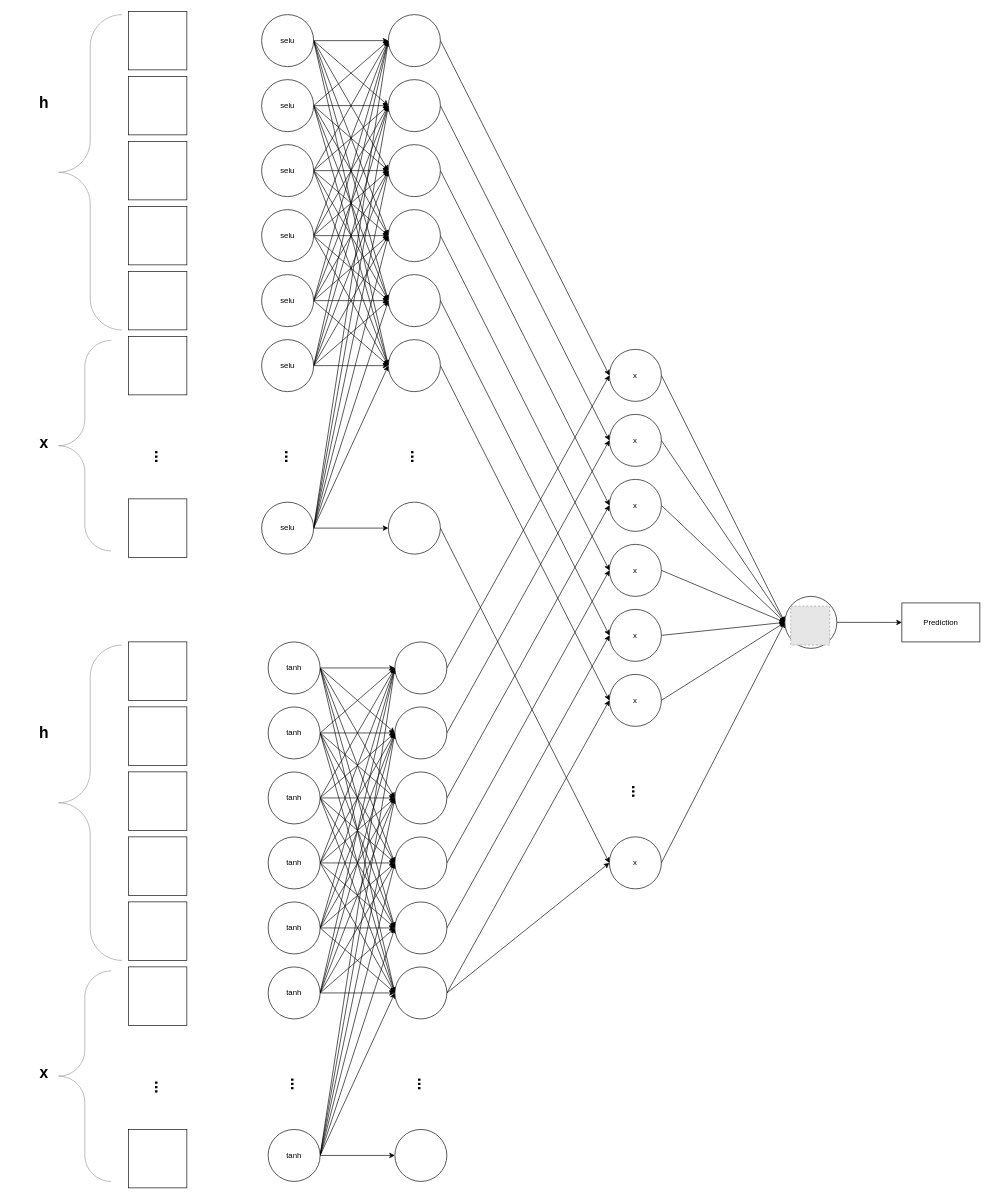
Before: images/GNN_readout.drawio in monobrew/net2vec, a draw.io diagram. Source tidied: cells renumbered, new cells numbered last; positions are measured from the earlier drawing's top-left corner, leaving out a move shared by most shapes. Both pictures are drawn from the tidied source at 65%, with x=0, y=0 at pixel (-68, 11). Pictures stored in the file or linked from it are replaced by grey dashed boxes.
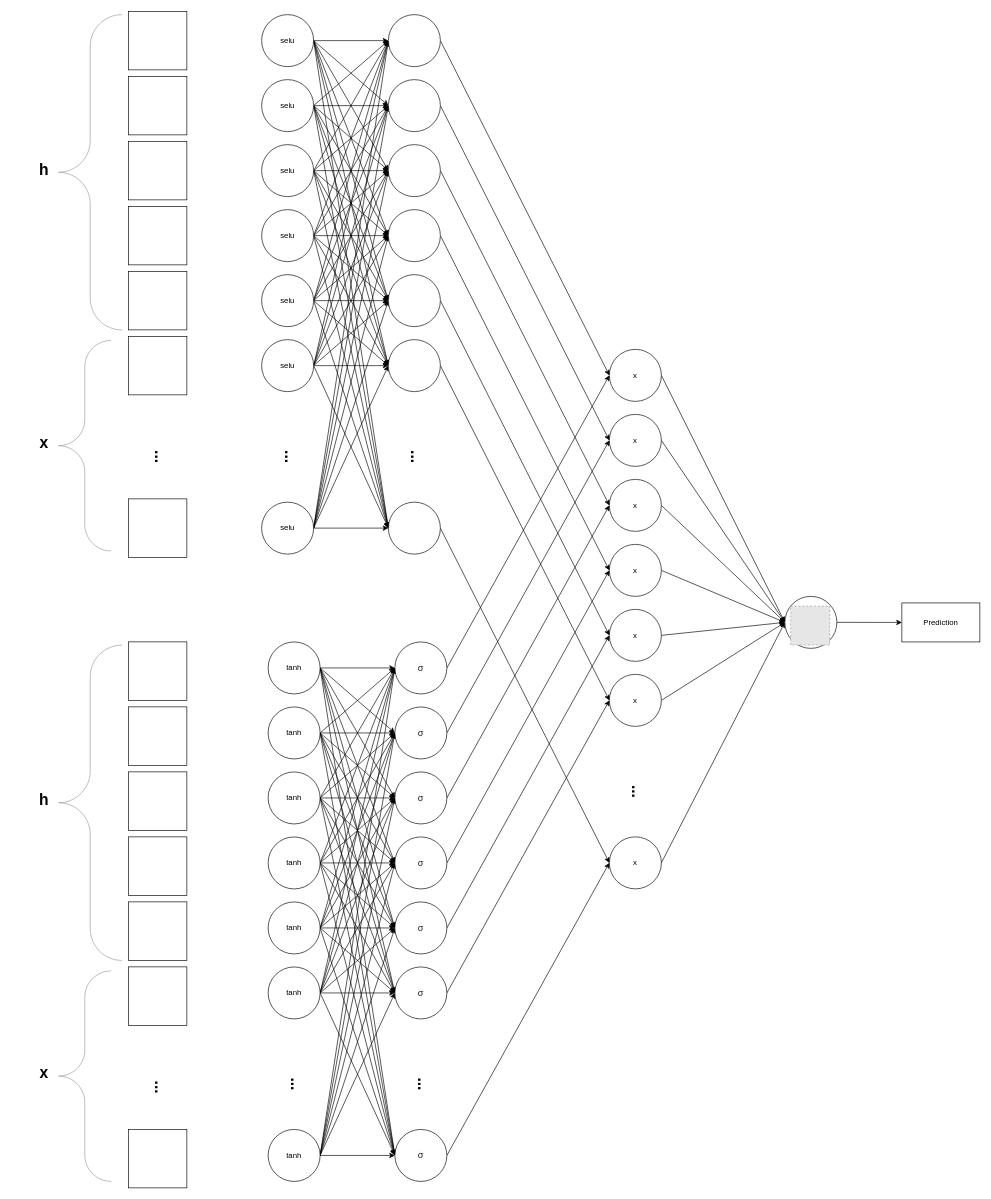
After the change.

Commit message (it also covers changes not shown here):
fixed the readout figure

The change refers to these unchanged cells:
```xml
<mxCell id="8" value="selu" style="ellipse;whiteSpace=wrap;html=1;" parent="1" vertex="1">
  <mxGeometry x="506" y="305" width="80" height="80" as="geometry" />
</mxCell>
<mxCell id="15" value="selu" style="ellipse;whiteSpace=wrap;html=1;" parent="1" vertex="1">
  <mxGeometry x="506" y="205" width="80" height="80" as="geometry" />
</mxCell>
<mxCell id="22" value="selu" style="ellipse;whiteSpace=wrap;html=1;" parent="1" vertex="1">
  <mxGeometry x="506" y="105" width="80" height="80" as="geometry" />
</mxCell>
<mxCell id="29" value="selu" style="ellipse;whiteSpace=wrap;html=1;" parent="1" vertex="1">
  <mxGeometry x="506" y="5" width="80" height="80" as="geometry" />
</mxCell>
<mxCell id="52" value="selu" style="ellipse;whiteSpace=wrap;html=1;" parent="1" vertex="1">
  <mxGeometry x="506" y="405" width="80" height="80" as="geometry" />
</mxCell>
<mxCell id="60" value="selu" style="ellipse;whiteSpace=wrap;html=1;" parent="1" vertex="1">
  <mxGeometry x="506" y="505" width="80" height="80" as="geometry" />
</mxCell>
<mxCell id="74" value="x" style="ellipse;whiteSpace=wrap;html=1;" parent="1" vertex="1">
  <mxGeometry x="1041" y="1270" width="80" height="80" as="geometry" />
</mxCell>
<mxCell id="104" style="ellipse;whiteSpace=wrap;html=1;" parent="1" vertex="1">
  <mxGeometry x="701" y="755" width="80" height="80" as="geometry" />
</mxCell>
<mxCell id="116" value="tanh" style="ellipse;whiteSpace=wrap;html=1;" parent="1" vertex="1">
  <mxGeometry x="516" y="1270.1" width="80" height="80" as="geometry" />
</mxCell>
<mxCell id="123" value="tanh" style="ellipse;whiteSpace=wrap;html=1;" parent="1" vertex="1">
  <mxGeometry x="516" y="1170.1" width="80" height="80" as="geometry" />
</mxCell>
<mxCell id="130" value="tanh" style="ellipse;whiteSpace=wrap;html=1;" parent="1" vertex="1">
  <mxGeometry x="516" y="1070.1" width="80" height="80" as="geometry" />
</mxCell>
<mxCell id="137" value="tanh" style="ellipse;whiteSpace=wrap;html=1;" parent="1" vertex="1">
  <mxGeometry x="516" y="970.1" width="80" height="80" as="geometry" />
</mxCell>
<mxCell id="153" value="tanh" style="ellipse;whiteSpace=wrap;html=1;" parent="1" vertex="1">
  <mxGeometry x="516" y="1370.1" width="80" height="80" as="geometry" />
</mxCell>
<mxCell id="160" value="tanh" style="ellipse;whiteSpace=wrap;html=1;" parent="1" vertex="1">
  <mxGeometry x="516" y="1470.1" width="80" height="80" as="geometry" />
</mxCell>
```

The edit, as a diff of the source:
```diff
@@
+    <mxCell id="177" style="edgeStyle=none;rounded=0;jettySize=auto;html=1;exitX=1;exitY=0.5;exitDx=0;exitDy=0;entryX=0;entryY=0.5;entryDx=0;entryDy=0;" parent="1" edge="1" source="8" target="104">
+      <mxGeometry relative="1" as="geometry" />
+    </mxCell>
@@
+    <mxCell id="178" style="edgeStyle=none;rounded=0;jettySize=auto;html=1;exitX=1;exitY=0.5;exitDx=0;exitDy=0;entryX=0;entryY=0.5;entryDx=0;entryDy=0;" parent="1" edge="1" source="15" target="104">
+      <mxGeometry relative="1" as="geometry" />
+    </mxCell>
@@
+    <mxCell id="179" style="edgeStyle=none;rounded=0;jettySize=auto;html=1;exitX=1;exitY=0.5;exitDx=0;exitDy=0;entryX=0;entryY=0.5;entryDx=0;entryDy=0;" parent="1" edge="1" source="22" target="104">
+      <mxGeometry relative="1" as="geometry" />
+    </mxCell>
@@
+    <mxCell id="180" style="edgeStyle=none;rounded=0;jettySize=auto;html=1;exitX=1;exitY=0.5;exitDx=0;exitDy=0;entryX=0;entryY=0.5;entryDx=0;entryDy=0;" parent="1" edge="1" source="29" target="104">
+      <mxGeometry relative="1" as="geometry" />
+    </mxCell>
@@
     <mxCell id="45" value="h" style="text;strokeColor=none;fillColor=none;html=1;fontSize=24;fontStyle=1;verticalAlign=top;align=center;rotation=0;" parent="1" vertex="1">
-      <mxGeometry x="121" y="120" width="100" height="50" as="geometry" />
+      <mxGeometry x="121" y="222.5" width="100" height="50" as="geometry" />
     </mxCell>
@@
+    <mxCell id="181" style="edgeStyle=none;rounded=0;jettySize=auto;html=1;exitX=1;exitY=0.5;exitDx=0;exitDy=0;entryX=0;entryY=0.5;entryDx=0;entryDy=0;" parent="1" edge="1" source="52" target="104">
+      <mxGeometry relative="1" as="geometry" />
+    </mxCell>
@@
+    <mxCell id="182" style="edgeStyle=none;rounded=0;jettySize=auto;html=1;exitX=1;exitY=0.5;exitDx=0;exitDy=0;entryX=0;entryY=0.5;entryDx=0;entryDy=0;" parent="1" edge="1" source="60" target="104">
+      <mxGeometry relative="1" as="geometry" />
+    </mxCell>
@@
     <mxCell id="89" value="h" style="text;strokeColor=none;fillColor=none;html=1;fontSize=24;fontStyle=1;verticalAlign=top;align=center;rotation=0;" parent="1" vertex="1">
-      <mxGeometry x="121" y="1090" width="100" height="50" as="geometry" />
+      <mxGeometry x="121" y="1192.5" width="100" height="50" as="geometry" />
     </mxCell>
@@
+    <mxCell id="183" style="edgeStyle=none;rounded=0;jettySize=auto;html=1;exitX=1;exitY=0.5;exitDx=0;exitDy=0;" parent="1" edge="1" source="116">
+      <mxGeometry relative="1" as="geometry">
+        <mxPoint x="711" y="1760" as="targetPoint" />
+      </mxGeometry>
+    </mxCell>
@@
+    <mxCell id="184" style="edgeStyle=none;rounded=0;jettySize=auto;html=1;exitX=1;exitY=0.5;exitDx=0;exitDy=0;entryX=0;entryY=0.5;entryDx=0;entryDy=0;" parent="1" edge="1" source="123" target="169">
+      <mxGeometry relative="1" as="geometry" />
+    </mxCell>
@@
+    <mxCell id="185" style="edgeStyle=none;rounded=0;jettySize=auto;html=1;exitX=1;exitY=0.5;exitDx=0;exitDy=0;" parent="1" edge="1" source="130">
+      <mxGeometry relative="1" as="geometry">
+        <mxPoint x="711" y="1760" as="targetPoint" />
+      </mxGeometry>
+    </mxCell>
@@
+    <mxCell id="186" style="edgeStyle=none;rounded=0;jettySize=auto;html=1;exitX=1;exitY=0.5;exitDx=0;exitDy=0;entryX=0;entryY=0.5;entryDx=0;entryDy=0;" parent="1" edge="1" source="137" target="169">
+      <mxGeometry relative="1" as="geometry" />
+    </mxCell>
@@
+    <mxCell id="187" style="edgeStyle=none;rounded=0;jettySize=auto;html=1;exitX=1;exitY=0.5;exitDx=0;exitDy=0;entryX=0;entryY=0.5;entryDx=0;entryDy=0;" parent="1" edge="1" source="153" target="169">
+      <mxGeometry relative="1" as="geometry" />
+    </mxCell>
@@
+    <mxCell id="188" style="edgeStyle=none;rounded=0;jettySize=auto;html=1;exitX=1;exitY=0.5;exitDx=0;exitDy=0;entryX=0;entryY=0.5;entryDx=0;entryDy=0;" parent="1" edge="1" source="160" target="169">
+      <mxGeometry relative="1" as="geometry" />
+    </mxCell>
@@
-    <mxCell id="162" style="ellipse;whiteSpace=wrap;html=1;" parent="1" vertex="1">
+    <mxCell id="162" value="&lt;span style=&quot;color: rgb(32, 33, 34); font-family: sans-serif; font-size: 14.08px; text-align: left; background-color: rgb(248, 249, 250);&quot;&gt;σ&lt;/span&gt;" style="ellipse;whiteSpace=wrap;html=1;" parent="1" vertex="1">
       <mxGeometry x="711" y="1270.1" width="80" height="80" as="geometry" />
     </mxCell>
@@
-    <mxCell id="164" style="ellipse;whiteSpace=wrap;html=1;" parent="1" vertex="1">
+    <mxCell id="164" value="&lt;span style=&quot;color: rgb(32, 33, 34); font-family: sans-serif; font-size: 14.08px; text-align: left; background-color: rgb(248, 249, 250);&quot;&gt;σ&lt;/span&gt;" style="ellipse;whiteSpace=wrap;html=1;" parent="1" vertex="1">
       <mxGeometry x="711" y="1170.1" width="80" height="80" as="geometry" />
     </mxCell>
@@
-    <mxCell id="166" style="ellipse;whiteSpace=wrap;html=1;" parent="1" vertex="1">
+    <mxCell id="166" value="&lt;span style=&quot;color: rgb(32, 33, 34); font-family: sans-serif; font-size: 14.08px; text-align: left; background-color: rgb(248, 249, 250);&quot;&gt;σ&lt;/span&gt;" style="ellipse;whiteSpace=wrap;html=1;" parent="1" vertex="1">
       <mxGeometry x="711" y="1070.1" width="80" height="80" as="geometry" />
     </mxCell>
@@
-    <mxCell id="168" style="ellipse;whiteSpace=wrap;html=1;" parent="1" vertex="1">
+    <mxCell id="168" value="&lt;span style=&quot;color: rgb(32, 33, 34); font-family: sans-serif; font-size: 14.08px; text-align: left; background-color: rgb(248, 249, 250);&quot;&gt;σ&lt;/span&gt;" style="ellipse;whiteSpace=wrap;html=1;" parent="1" vertex="1">
       <mxGeometry x="711" y="970.1" width="80" height="80" as="geometry" />
     </mxCell>
+    <mxCell id="189" style="edgeStyle=none;rounded=0;jettySize=auto;html=1;exitX=1;exitY=0.5;exitDx=0;exitDy=0;entryX=0;entryY=0.5;entryDx=0;entryDy=0;" parent="1" edge="1" source="169" target="74">
+      <mxGeometry relative="1" as="geometry" />
+    </mxCell>
-    <mxCell id="169" style="ellipse;whiteSpace=wrap;html=1;" parent="1" vertex="1">
+    <mxCell id="169" value="&lt;span style=&quot;color: rgb(32, 33, 34); font-family: sans-serif; font-size: 14.08px; text-align: left; background-color: rgb(248, 249, 250);&quot;&gt;σ&lt;/span&gt;" style="ellipse;whiteSpace=wrap;html=1;" parent="1" vertex="1">
       <mxGeometry x="711" y="1720.1" width="80" height="80" as="geometry" />
     </mxCell>
@@
-    <mxCell id="172" style="ellipse;whiteSpace=wrap;html=1;" parent="1" vertex="1">
+    <mxCell id="172" value="&lt;span style=&quot;color: rgb(32, 33, 34); font-family: sans-serif; font-size: 14.08px; text-align: left; background-color: rgb(248, 249, 250);&quot;&gt;σ&lt;/span&gt;" style="ellipse;whiteSpace=wrap;html=1;" parent="1" vertex="1">
       <mxGeometry x="711" y="1370.1" width="80" height="80" as="geometry" />
     </mxCell>
@@
-    <mxCell id="174" style="edgeStyle=none;rounded=0;jettySize=auto;html=1;exitX=1;exitY=0.5;exitDx=0;exitDy=0;" parent="1" edge="1" source="175">
-      <mxGeometry relative="1" as="geometry">
-        <mxPoint x="1041" y="1310" as="targetPoint" />
-      </mxGeometry>
-    </mxCell>
-    <mxCell id="175" style="ellipse;whiteSpace=wrap;html=1;" parent="1" vertex="1">
+    <mxCell id="175" value="&lt;span style=&quot;color: rgb(32, 33, 34); font-family: sans-serif; font-size: 14.08px; text-align: left; background-color: rgb(248, 249, 250);&quot;&gt;σ&lt;/span&gt;" style="ellipse;whiteSpace=wrap;html=1;" parent="1" vertex="1">
       <mxGeometry x="711" y="1470.1" width="80" height="80" as="geometry" />
     </mxCell>
```
